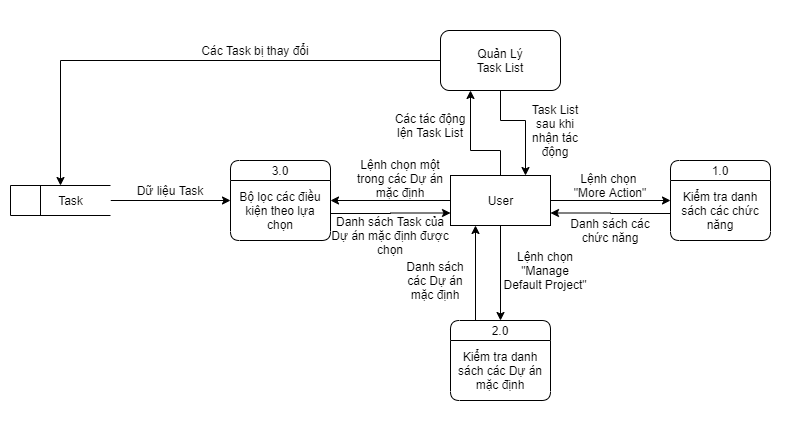
Earlier version of the draw.io export ToDoApp-Doc/Document/Diagram/DFD/DefaultProjectManagement/DFD_TODO_DefaultProjectManagement.png (Merevoli-DatLuu/To-Do-App). Source tidied: cells renumbered, new cells last; positions are measured from the earlier drawing's top-left corner, leaving out a move shared by most shapes. Source of this version:
```xml
<mxGraphModel>
  <root>
    <mxCell id="0" />
    <mxCell id="1" parent="0" />
    <mxCell id="2" style="rounded=0;whiteSpace=wrap;html=1;strokeColor=none;" parent="1" vertex="1">
      <mxGeometry width="800" height="430" as="geometry" />
    </mxCell>
    <mxCell id="3" style="edgeStyle=orthogonalEdgeStyle;rounded=0;jettySize=auto;html=1;entryX=0;entryY=0.5;entryDx=0;entryDy=0;" parent="1" edge="1" source="7" target="9">
      <mxGeometry relative="1" as="geometry" />
    </mxCell>
    <mxCell id="4" style="edgeStyle=orthogonalEdgeStyle;rounded=0;jettySize=auto;html=1;entryX=0.5;entryY=0;entryDx=0;entryDy=0;" parent="1" edge="1" source="7" target="13">
      <mxGeometry relative="1" as="geometry" />
    </mxCell>
    <mxCell id="5" style="edgeStyle=orthogonalEdgeStyle;rounded=0;jettySize=auto;html=1;entryX=1;entryY=0.5;entryDx=0;entryDy=0;" parent="1" edge="1" source="7" target="19">
      <mxGeometry relative="1" as="geometry" />
    </mxCell>
    <mxCell id="6" style="edgeStyle=orthogonalEdgeStyle;rounded=0;jettySize=auto;html=1;entryX=0.25;entryY=1;entryDx=0;entryDy=0;" parent="1" edge="1" source="7" target="28">
      <mxGeometry relative="1" as="geometry">
        <Array as="points">
          <mxPoint x="500" y="150" />
          <mxPoint x="470" y="150" />
        </Array>
      </mxGeometry>
    </mxCell>
    <mxCell id="7" value="User" style="html=1;dashed=0;whitespace=wrap;" parent="1" vertex="1">
      <mxGeometry x="450" y="175" width="100" height="50" as="geometry" />
    </mxCell>
    <mxCell id="8" style="edgeStyle=orthogonalEdgeStyle;rounded=0;jettySize=auto;html=1;entryX=1;entryY=0.75;entryDx=0;entryDy=0;" parent="1" edge="1" target="7">
      <mxGeometry relative="1" as="geometry">
        <mxPoint x="670" y="213" as="sourcePoint" />
      </mxGeometry>
    </mxCell>
    <mxCell id="9" value="1.0" style="swimlane;fontStyle=0;horizontal=1;startSize=20;fillColor=#ffffff;swimlaneFillColor=#ffffff;rounded=1;" parent="1" vertex="1">
      <mxGeometry x="670" y="160" width="100" height="80" as="geometry" />
    </mxCell>
    <mxCell id="10" value="Kiểm tra danh sách các chức năng" style="text;html=1;strokeColor=none;fillColor=none;align=center;verticalAlign=middle;whiteSpace=wrap;rounded=0;" parent="9" vertex="1">
      <mxGeometry y="20" width="100" height="60" as="geometry" />
    </mxCell>
    <mxCell id="11" value="Lệnh chọn &lt;br&gt;&quot;More Action&quot;" style="text;html=1;strokeColor=none;fillColor=none;align=center;verticalAlign=middle;whiteSpace=wrap;rounded=0;" parent="1" vertex="1">
      <mxGeometry x="550" y="175" width="120" height="20" as="geometry" />
    </mxCell>
    <mxCell id="12" style="edgeStyle=orthogonalEdgeStyle;rounded=0;jettySize=auto;html=1;entryX=0.25;entryY=1;entryDx=0;entryDy=0;exitX=0.25;exitY=0;exitDx=0;exitDy=0;" parent="1" edge="1" source="13" target="7">
      <mxGeometry relative="1" as="geometry" />
    </mxCell>
    <mxCell id="13" value="2.0" style="swimlane;fontStyle=0;horizontal=1;startSize=20;fillColor=#ffffff;swimlaneFillColor=#ffffff;rounded=1;" parent="1" vertex="1">
      <mxGeometry x="450" y="320" width="100" height="80" as="geometry" />
    </mxCell>
    <mxCell id="14" value="Kiểm tra danh sách các Dự án mặc định" style="text;html=1;strokeColor=none;fillColor=none;align=center;verticalAlign=middle;whiteSpace=wrap;rounded=0;" parent="13" vertex="1">
      <mxGeometry y="20" width="100" height="60" as="geometry" />
    </mxCell>
    <mxCell id="15" value="Lệnh chọn &quot;Manage Default Project&quot;" style="text;html=1;strokeColor=none;fillColor=none;align=center;verticalAlign=middle;whiteSpace=wrap;rounded=0;" parent="1" vertex="1">
      <mxGeometry x="500" y="225" width="90" height="90" as="geometry" />
    </mxCell>
    <mxCell id="16" value="Danh sách các&lt;br&gt;chức năng" style="text;html=1;strokeColor=none;fillColor=none;align=center;verticalAlign=middle;whiteSpace=wrap;rounded=0;" parent="1" vertex="1">
      <mxGeometry x="550" y="220" width="120" height="20" as="geometry" />
    </mxCell>
    <mxCell id="17" value="Danh sách các Dự án mặc định" style="text;html=1;strokeColor=none;fillColor=none;align=center;verticalAlign=middle;whiteSpace=wrap;rounded=0;" parent="1" vertex="1">
      <mxGeometry x="400" y="240" width="70" height="80" as="geometry" />
    </mxCell>
    <mxCell id="18" style="edgeStyle=orthogonalEdgeStyle;rounded=0;jettySize=auto;html=1;entryX=0;entryY=0.75;entryDx=0;entryDy=0;" parent="1" edge="1" target="7">
      <mxGeometry relative="1" as="geometry">
        <mxPoint x="330" y="213" as="sourcePoint" />
      </mxGeometry>
    </mxCell>
    <mxCell id="19" value="3.0" style="swimlane;fontStyle=0;horizontal=1;startSize=20;fillColor=#ffffff;swimlaneFillColor=#ffffff;rounded=1;" parent="1" vertex="1">
      <mxGeometry x="230" y="160" width="100" height="80" as="geometry" />
    </mxCell>
    <mxCell id="20" value="Bộ lọc các điều kiện theo lựa chọn" style="text;html=1;strokeColor=none;fillColor=none;align=center;verticalAlign=middle;whiteSpace=wrap;rounded=0;" parent="19" vertex="1">
      <mxGeometry y="20" width="100" height="60" as="geometry" />
    </mxCell>
    <mxCell id="21" value="Lệnh chọn một trong các Dự án mặc định" style="text;html=1;strokeColor=none;fillColor=none;align=center;verticalAlign=middle;whiteSpace=wrap;rounded=0;" parent="1" vertex="1">
      <mxGeometry x="350" y="160" width="100" height="35" as="geometry" />
    </mxCell>
    <mxCell id="22" style="edgeStyle=orthogonalEdgeStyle;rounded=0;jettySize=auto;html=1;" parent="1" edge="1" source="23">
      <mxGeometry relative="1" as="geometry">
        <mxPoint x="230" y="200" as="targetPoint" />
      </mxGeometry>
    </mxCell>
    <mxCell id="23" value="&amp;nbsp; &amp;nbsp; &amp;nbsp; &amp;nbsp; &amp;nbsp; &amp;nbsp; &amp;nbsp;Task" style="html=1;dashed=0;whitespace=wrap;shape=mxgraph.dfd.dataStoreID;align=left;spacingLeft=3;points=[[0,0],[0.5,0],[1,0],[0,0.5],[1,0.5],[0,1],[0.5,1],[1,1]];rounded=1;" parent="1" vertex="1">
      <mxGeometry x="10" y="185" width="100" height="30" as="geometry" />
    </mxCell>
    <mxCell id="24" value="Dữ liệu Task" style="text;html=1;strokeColor=none;fillColor=none;align=center;verticalAlign=middle;whiteSpace=wrap;rounded=0;" parent="1" vertex="1">
      <mxGeometry x="110" y="180" width="120" height="20" as="geometry" />
    </mxCell>
    <mxCell id="25" value="Danh sách Task của Dự án mặc định được chọn" style="text;html=1;strokeColor=none;fillColor=none;align=center;verticalAlign=middle;whiteSpace=wrap;rounded=0;" parent="1" vertex="1">
      <mxGeometry x="330" y="225" width="120" height="20" as="geometry" />
    </mxCell>
    <mxCell id="26" style="edgeStyle=orthogonalEdgeStyle;rounded=0;jettySize=auto;html=1;entryX=0.75;entryY=0;entryDx=0;entryDy=0;" parent="1" edge="1" source="28" target="7">
      <mxGeometry relative="1" as="geometry">
        <Array as="points">
          <mxPoint x="500" y="120" />
          <mxPoint x="525" y="120" />
        </Array>
      </mxGeometry>
    </mxCell>
    <mxCell id="27" style="edgeStyle=orthogonalEdgeStyle;rounded=0;jettySize=auto;html=1;entryX=0.5;entryY=0;entryDx=0;entryDy=0;" parent="1" edge="1" source="28" target="23">
      <mxGeometry relative="1" as="geometry" />
    </mxCell>
    <mxCell id="28" value="Quản Lý&lt;br&gt;Task List" style="rounded=1;whiteSpace=wrap;html=1;" parent="1" vertex="1">
      <mxGeometry x="440" y="30" width="120" height="60" as="geometry" />
    </mxCell>
    <mxCell id="29" value="Các tác động lện Task List" style="text;html=1;strokeColor=none;fillColor=none;align=center;verticalAlign=middle;whiteSpace=wrap;rounded=0;" parent="1" vertex="1">
      <mxGeometry x="390" y="100" width="80" height="50" as="geometry" />
    </mxCell>
    <mxCell id="30" value="Task List sau khi nhận tác động" style="text;html=1;strokeColor=none;fillColor=none;align=center;verticalAlign=middle;whiteSpace=wrap;rounded=0;" parent="1" vertex="1">
      <mxGeometry x="520" y="110" width="70" height="40" as="geometry" />
    </mxCell>
    <mxCell id="31" value="Các Task bị thay đổi" style="text;html=1;strokeColor=none;fillColor=none;align=center;verticalAlign=middle;whiteSpace=wrap;rounded=0;" parent="1" vertex="1">
      <mxGeometry x="130" y="40" width="250" height="20" as="geometry" />
    </mxCell>
  </root>
</mxGraphModel>
```
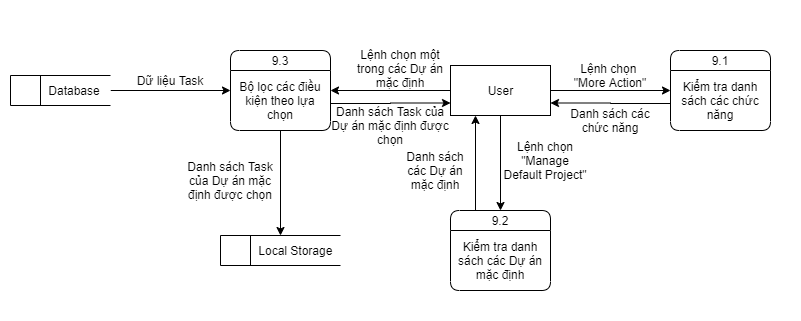
After the change.

Commit message:
[Modified]: DFD DefaultProjectManagement

The edit, as a diff of the source:
```diff
@@ -3,7 +3,7 @@
     <mxCell id="0" />
     <mxCell id="1" parent="0" />
     <mxCell id="2" style="rounded=0;whiteSpace=wrap;html=1;strokeColor=none;" parent="1" vertex="1">
-      <mxGeometry width="800" height="430" as="geometry" />
+      <mxGeometry y="110" width="800" height="320" as="geometry" />
     </mxCell>
     <mxCell id="3" style="edgeStyle=orthogonalEdgeStyle;rounded=0;jettySize=auto;html=1;entryX=0;entryY=0.5;entryDx=0;entryDy=0;" parent="1" edge="1" source="7" target="9">
       <mxGeometry relative="1" as="geometry" />
@@ -14,14 +14,6 @@
     <mxCell id="5" style="edgeStyle=orthogonalEdgeStyle;rounded=0;jettySize=auto;html=1;entryX=1;entryY=0.5;entryDx=0;entryDy=0;" parent="1" edge="1" source="7" target="19">
       <mxGeometry relative="1" as="geometry" />
     </mxCell>
-    <mxCell id="6" style="edgeStyle=orthogonalEdgeStyle;rounded=0;jettySize=auto;html=1;entryX=0.25;entryY=1;entryDx=0;entryDy=0;" parent="1" edge="1" source="7" target="28">
-      <mxGeometry relative="1" as="geometry">
-        <Array as="points">
-          <mxPoint x="500" y="150" />
-          <mxPoint x="470" y="150" />
-        </Array>
-      </mxGeometry>
-    </mxCell>
     <mxCell id="7" value="User" style="html=1;dashed=0;whitespace=wrap;" parent="1" vertex="1">
       <mxGeometry x="450" y="175" width="100" height="50" as="geometry" />
     </mxCell>
@@ -30,7 +22,7 @@
         <mxPoint x="670" y="213" as="sourcePoint" />
       </mxGeometry>
     </mxCell>
-    <mxCell id="9" value="1.0" style="swimlane;fontStyle=0;horizontal=1;startSize=20;fillColor=#ffffff;swimlaneFillColor=#ffffff;rounded=1;" parent="1" vertex="1">
+    <mxCell id="9" value="9.1" style="swimlane;fontStyle=0;horizontal=1;startSize=20;fillColor=#ffffff;swimlaneFillColor=#ffffff;rounded=1;" parent="1" vertex="1">
       <mxGeometry x="670" y="160" width="100" height="80" as="geometry" />
     </mxCell>
     <mxCell id="10" value="Kiểm tra danh sách các chức năng" style="text;html=1;strokeColor=none;fillColor=none;align=center;verticalAlign=middle;whiteSpace=wrap;rounded=0;" parent="9" vertex="1">
@@ -42,7 +34,7 @@
     <mxCell id="12" style="edgeStyle=orthogonalEdgeStyle;rounded=0;jettySize=auto;html=1;entryX=0.25;entryY=1;entryDx=0;entryDy=0;exitX=0.25;exitY=0;exitDx=0;exitDy=0;" parent="1" edge="1" source="13" target="7">
       <mxGeometry relative="1" as="geometry" />
     </mxCell>
-    <mxCell id="13" value="2.0" style="swimlane;fontStyle=0;horizontal=1;startSize=20;fillColor=#ffffff;swimlaneFillColor=#ffffff;rounded=1;" parent="1" vertex="1">
+    <mxCell id="13" value="9.2" style="swimlane;fontStyle=0;horizontal=1;startSize=20;fillColor=#ffffff;swimlaneFillColor=#ffffff;rounded=1;" parent="1" vertex="1">
       <mxGeometry x="450" y="320" width="100" height="80" as="geometry" />
     </mxCell>
     <mxCell id="14" value="Kiểm tra danh sách các Dự án mặc định" style="text;html=1;strokeColor=none;fillColor=none;align=center;verticalAlign=middle;whiteSpace=wrap;rounded=0;" parent="13" vertex="1">
@@ -62,7 +54,7 @@
         <mxPoint x="330" y="213" as="sourcePoint" />
       </mxGeometry>
     </mxCell>
-    <mxCell id="19" value="3.0" style="swimlane;fontStyle=0;horizontal=1;startSize=20;fillColor=#ffffff;swimlaneFillColor=#ffffff;rounded=1;" parent="1" vertex="1">
+    <mxCell id="19" value="9.3" style="swimlane;fontStyle=0;horizontal=1;startSize=20;fillColor=#ffffff;swimlaneFillColor=#ffffff;rounded=1;" parent="1" vertex="1">
       <mxGeometry x="230" y="160" width="100" height="80" as="geometry" />
     </mxCell>
     <mxCell id="20" value="Bộ lọc các điều kiện theo lựa chọn" style="text;html=1;strokeColor=none;fillColor=none;align=center;verticalAlign=middle;whiteSpace=wrap;rounded=0;" parent="19" vertex="1">
@@ -76,7 +68,7 @@
         <mxPoint x="230" y="200" as="targetPoint" />
       </mxGeometry>
     </mxCell>
-    <mxCell id="23" value="&amp;nbsp; &amp;nbsp; &amp;nbsp; &amp;nbsp; &amp;nbsp; &amp;nbsp; &amp;nbsp;Task" style="html=1;dashed=0;whitespace=wrap;shape=mxgraph.dfd.dataStoreID;align=left;spacingLeft=3;points=[[0,0],[0.5,0],[1,0],[0,0.5],[1,0.5],[0,1],[0.5,1],[1,1]];rounded=1;" parent="1" vertex="1">
+    <mxCell id="23" value="&amp;nbsp; &amp;nbsp; &amp;nbsp; &amp;nbsp; &amp;nbsp; Database" style="html=1;dashed=0;whitespace=wrap;shape=mxgraph.dfd.dataStoreID;align=left;spacingLeft=3;points=[[0,0],[0.5,0],[1,0],[0,0.5],[1,0.5],[0,1],[0.5,1],[1,1]];rounded=1;" parent="1" vertex="1">
       <mxGeometry x="10" y="185" width="100" height="30" as="geometry" />
     </mxCell>
     <mxCell id="24" value="Dữ liệu Task" style="text;html=1;strokeColor=none;fillColor=none;align=center;verticalAlign=middle;whiteSpace=wrap;rounded=0;" parent="1" vertex="1">
@@ -85,28 +77,14 @@
     <mxCell id="25" value="Danh sách Task của Dự án mặc định được chọn" style="text;html=1;strokeColor=none;fillColor=none;align=center;verticalAlign=middle;whiteSpace=wrap;rounded=0;" parent="1" vertex="1">
       <mxGeometry x="330" y="225" width="120" height="20" as="geometry" />
     </mxCell>
-    <mxCell id="26" style="edgeStyle=orthogonalEdgeStyle;rounded=0;jettySize=auto;html=1;entryX=0.75;entryY=0;entryDx=0;entryDy=0;" parent="1" edge="1" source="28" target="7">
-      <mxGeometry relative="1" as="geometry">
-        <Array as="points">
-          <mxPoint x="500" y="120" />
-          <mxPoint x="525" y="120" />
-        </Array>
-      </mxGeometry>
-    </mxCell>
-    <mxCell id="27" style="edgeStyle=orthogonalEdgeStyle;rounded=0;jettySize=auto;html=1;entryX=0.5;entryY=0;entryDx=0;entryDy=0;" parent="1" edge="1" source="28" target="23">
-      <mxGeometry relative="1" as="geometry" />
-    </mxCell>
-    <mxCell id="28" value="Quản Lý&lt;br&gt;Task List" style="rounded=1;whiteSpace=wrap;html=1;" parent="1" vertex="1">
-      <mxGeometry x="440" y="30" width="120" height="60" as="geometry" />
-    </mxCell>
-    <mxCell id="29" value="Các tác động lện Task List" style="text;html=1;strokeColor=none;fillColor=none;align=center;verticalAlign=middle;whiteSpace=wrap;rounded=0;" parent="1" vertex="1">
-      <mxGeometry x="390" y="100" width="80" height="50" as="geometry" />
-    </mxCell>
-    <mxCell id="30" value="Task List sau khi nhận tác động" style="text;html=1;strokeColor=none;fillColor=none;align=center;verticalAlign=middle;whiteSpace=wrap;rounded=0;" parent="1" vertex="1">
-      <mxGeometry x="520" y="110" width="70" height="40" as="geometry" />
-    </mxCell>
-    <mxCell id="31" value="Các Task bị thay đổi" style="text;html=1;strokeColor=none;fillColor=none;align=center;verticalAlign=middle;whiteSpace=wrap;rounded=0;" parent="1" vertex="1">
-      <mxGeometry x="130" y="40" width="250" height="20" as="geometry" />
-    </mxCell>
+    <mxCell id="32" value="&amp;nbsp; &amp;nbsp; &amp;nbsp; &amp;nbsp; &amp;nbsp; Local Storage" style="html=1;dashed=0;whitespace=wrap;shape=mxgraph.dfd.dataStoreID;align=left;spacingLeft=3;points=[[0,0],[0.5,0],[1,0],[0,0.5],[1,0.5],[0,1],[0.5,1],[1,1]];rounded=1;" parent="1" vertex="1">
+      <mxGeometry x="220" y="345" width="120" height="30" as="geometry" />
+    </mxCell>
+    <mxCell id="33" style="edgeStyle=orthogonalEdgeStyle;rounded=0;jettySize=auto;html=1;entryX=0.5;entryY=0;entryDx=0;entryDy=0;" parent="1" edge="1" source="20" target="32">
+      <mxGeometry relative="1" as="geometry" />
+    </mxCell>
+    <mxCell id="34" value="Danh sách Task&lt;br&gt;của Dự án mặc&lt;br&gt;định được chọn" style="text;html=1;strokeColor=none;fillColor=none;align=center;verticalAlign=middle;whiteSpace=wrap;rounded=0;" parent="1" vertex="1">
+      <mxGeometry x="170" y="280" width="120" height="20" as="geometry" />
+    </mxCell>
   </root>
 </mxGraphModel>
```
